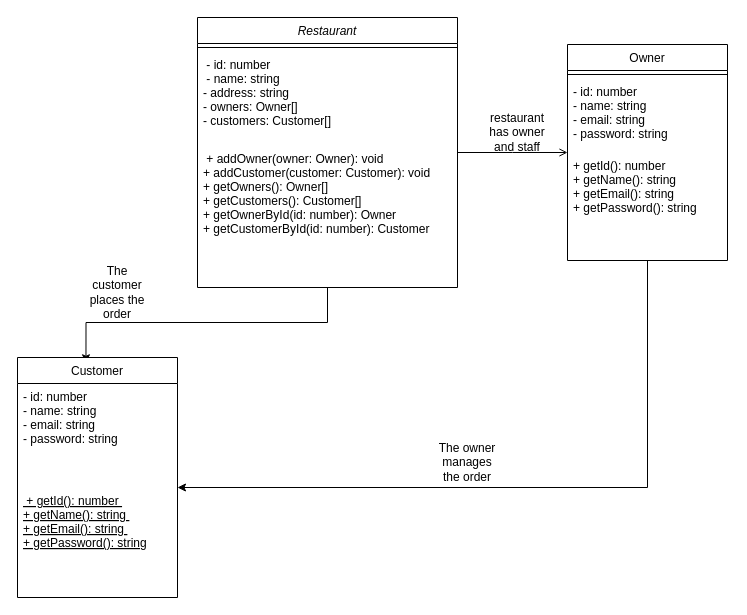
Above: src/Untitled Diagram.drawio in Sumit-pan/restaurant-app (draw.io), before the change. Source tidied: cells renumbered, new cells numbered last; positions are measured from the earlier drawing's top-left corner, leaving out a move shared by most shapes. Both pictures are drawn from the tidied source at 100%, with x=0, y=0 at pixel (17, 17).
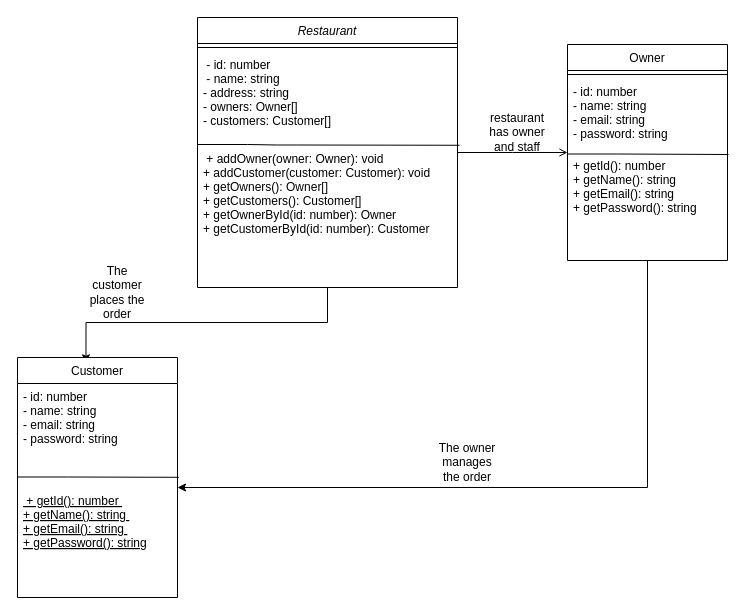
Above is the later version.

The change refers to these unchanged cells:
```xml
<mxCell id="3" value="Restaurant" style="swimlane;fontStyle=2;align=center;verticalAlign=top;horizontal=1;startSize=26;rounded=0;shadow=0;strokeWidth=1;" parent="1" vertex="1">
  <mxGeometry x="180" width="260" height="270" as="geometry" />
</mxCell>
<mxCell id="7" value="Customer" style="swimlane;fontStyle=0;align=center;verticalAlign=top;horizontal=1;startSize=26;rounded=0;shadow=0;strokeWidth=1;" parent="1" vertex="1">
  <mxGeometry y="340" width="160" height="240" as="geometry" />
</mxCell>
<mxCell id="8" value="- id: number &#10;- name: string &#10;- email: string &#10;- password: string" style="text;align=left;verticalAlign=top;spacingLeft=4;spacingRight=4;overflow=hidden;points=[[0,0.5],[1,0.5]];portConstraint=eastwest;" parent="7" vertex="1">
  <mxGeometry y="26" width="160" height="104" as="geometry" />
</mxCell>
<mxCell id="11" value="Owner" style="swimlane;fontStyle=0;align=center;verticalAlign=top;horizontal=1;startSize=26;rounded=0;shadow=0;strokeWidth=1;" parent="1" vertex="1">
  <mxGeometry x="550" y="27" width="160" height="216" as="geometry" />
</mxCell>
```

The edit, as a diff of the source:
```diff
@@
+    <mxCell id="19" style="endArrow=none;html=1;rounded=0;entryX=1.008;entryY=-0.002;entryDx=0;entryDy=0;entryPerimeter=0;" parent="3" edge="1" target="6">
+      <mxGeometry relative="1" as="geometry">
+        <mxPoint y="127" as="sourcePoint" />
+        <Array as="points">
+          <mxPoint x="50" y="127" />
+          <mxPoint x="80" y="127.5" />
+          <mxPoint x="100" y="127.5" />
+        </Array>
+      </mxGeometry>
+    </mxCell>
     <mxCell id="6" value=" + addOwner(owner: Owner): void &#10;+ addCustomer(customer: Customer): void &#10;+ getOwners(): Owner[] &#10;+ getCustomers(): Customer[] &#10;+ getOwnerById(id: number): Owner &#10;+ getCustomerById(id: number): Customer " style="text;align=left;verticalAlign=top;spacingLeft=4;spacingRight=4;overflow=hidden;points=[[0,0.5],[1,0.5]];portConstraint=eastwest;" parent="3" vertex="1">
-      <mxGeometry y="128" width="260" height="110" as="geometry" />
+      <mxGeometry y="128" width="260" height="108" as="geometry" />
     </mxCell>
@@
+    <mxCell id="20" style="endArrow=none;html=1;rounded=0;entryX=1.008;entryY=0.902;entryDx=0;entryDy=0;entryPerimeter=0;" parent="7" edge="1" target="8">
+      <mxGeometry relative="1" as="geometry">
+        <mxPoint y="119.5" as="sourcePoint" />
+        <Array as="points">
+          <mxPoint x="50" y="119.5" />
+        </Array>
+      </mxGeometry>
+    </mxCell>
@@
+    <mxCell id="21" style="endArrow=none;html=1;rounded=0;entryX=1.008;entryY=0.902;entryDx=0;entryDy=0;entryPerimeter=0;" parent="11" edge="1">
+      <mxGeometry relative="1" as="geometry">
+        <mxPoint y="109.5" as="sourcePoint" />
+        <mxPoint x="161" y="110" as="targetPoint" />
+        <Array as="points">
+          <mxPoint x="50" y="109.5" />
+        </Array>
+      </mxGeometry>
+    </mxCell>
```
